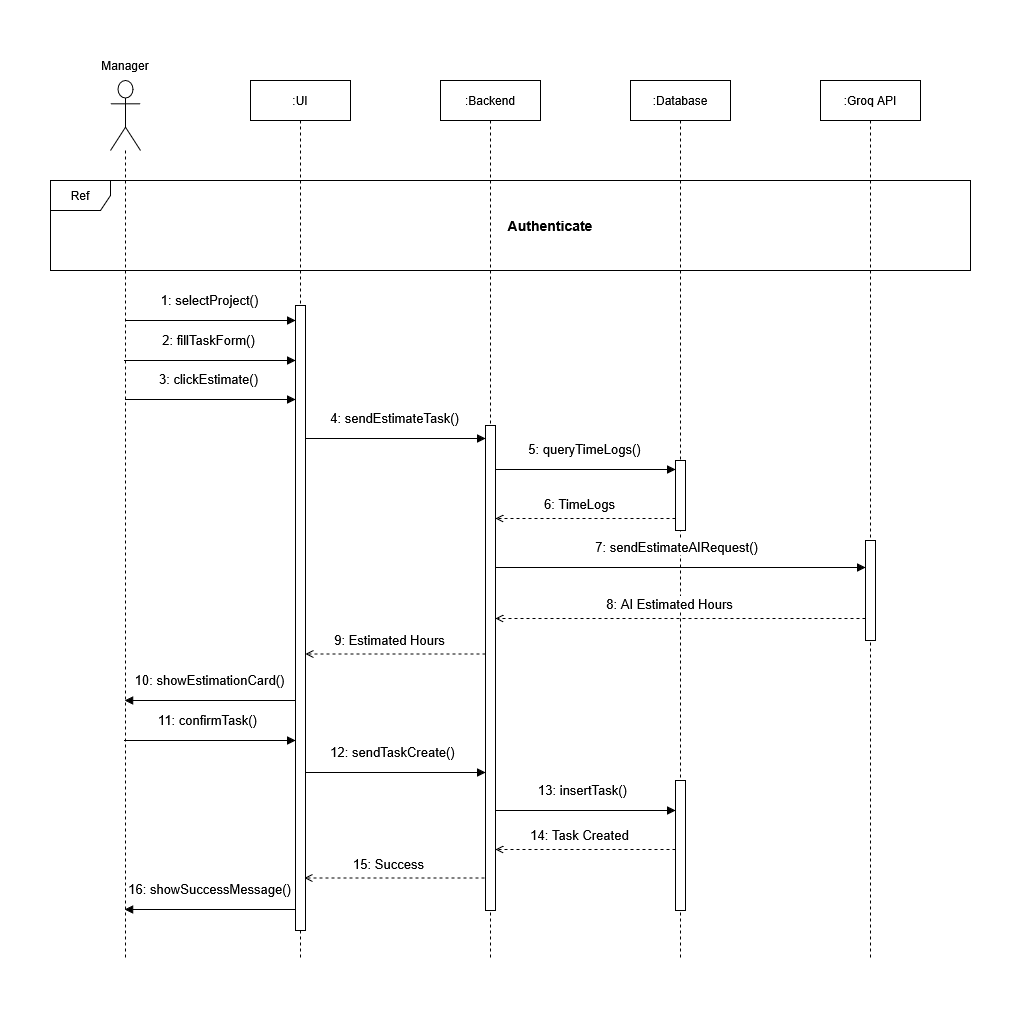
Above: docs/diagrams/SequenceTaskCreation.drawio.png in mahdi000666/DesignFlow (draw.io), before the change. Source tidied: cells renumbered, new cells last; positions are measured from the earlier drawing's top-left corner, leaving out a move shared by most shapes.
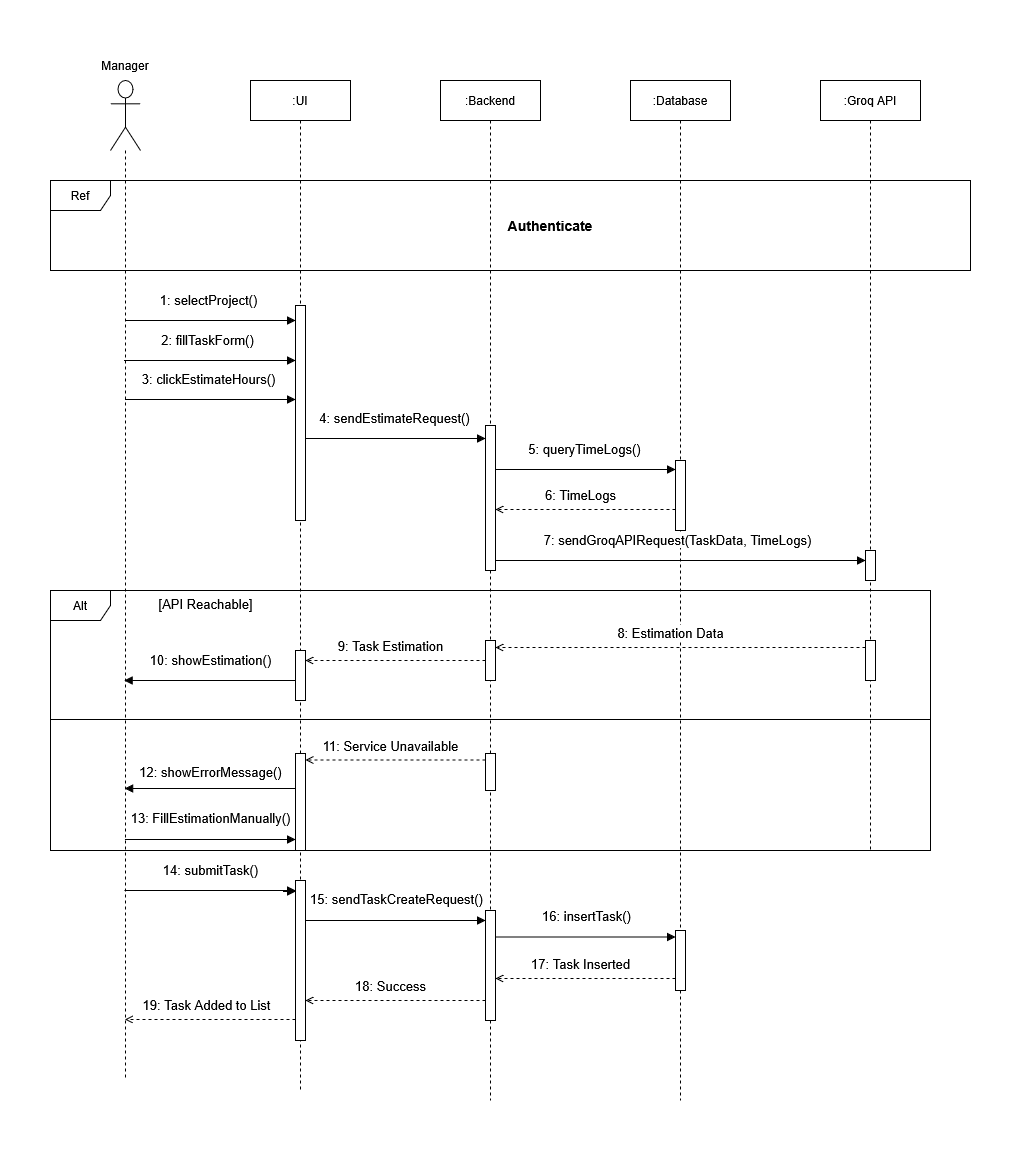
After the change.

Commit message:
Sequence updates, report changes.

The edit, as a diff of the source:
```diff
@@ -3,30 +3,36 @@
     <mxCell id="0" />
     <mxCell id="1" parent="0" />
     <mxCell id="2" style="shape=umlLifeline;perimeter=lifelinePerimeter;whiteSpace=wrap;html=1;outlineConnect=0;portConstraint=eastwest;newEdgeStyle={&quot;curved&quot;:0,&quot;rounded&quot;:0};participant=umlActor;size=70;" parent="1" vertex="1">
-      <mxGeometry x="60" y="30" width="30" height="880" as="geometry" />
+      <mxGeometry x="60" y="30" width="30" height="1000" as="geometry" />
     </mxCell>
     <mxCell id="3" value=":UI" style="shape=umlLifeline;perimeter=lifelinePerimeter;whiteSpace=wrap;html=1;newEdgeStyle={&quot;curved&quot;:0,&quot;rounded&quot;:0};" parent="1" vertex="1">
-      <mxGeometry x="200" y="30" width="100" height="880" as="geometry" />
+      <mxGeometry x="200" y="30" width="100" height="1010" as="geometry" />
     </mxCell>
     <mxCell id="4" style="html=1;points=[[0,0,0,0,5],[0,1,0,0,-5],[1,0,0,0,5],[1,1,0,0,-5]];perimeter=orthogonalPerimeter;outlineConnect=0;targetShapes=umlLifeline;portConstraint=eastwest;newEdgeStyle={&quot;curved&quot;:0,&quot;rounded&quot;:0};" parent="3" vertex="1">
-      <mxGeometry x="45" y="225" width="10" height="625" as="geometry" />
+      <mxGeometry x="45" y="225" width="10" height="215" as="geometry" />
     </mxCell>
+    <mxCell id="31" style="html=1;points=[[0,0,0,0,5],[0,1,0,0,-5],[1,0,0,0,5],[1,1,0,0,-5]];perimeter=orthogonalPerimeter;outlineConnect=0;targetShapes=umlLifeline;portConstraint=eastwest;newEdgeStyle={&quot;curved&quot;:0,&quot;rounded&quot;:0};" parent="3" vertex="1">
+      <mxGeometry x="45" y="570" width="10" height="50" as="geometry" />
+    </mxCell>
     <mxCell id="5" value="&lt;div&gt;:Backend&lt;/div&gt;" style="shape=umlLifeline;perimeter=lifelinePerimeter;whiteSpace=wrap;html=1;newEdgeStyle={&quot;curved&quot;:0,&quot;rounded&quot;:0};" parent="1" vertex="1">
-      <mxGeometry x="390" y="30" width="100" height="880" as="geometry" />
+      <mxGeometry x="390" y="30" width="100" height="1020" as="geometry" />
     </mxCell>
     <mxCell id="6" style="html=1;points=[[0,0,0,0,5],[0,1,0,0,-5],[1,0,0,0,5],[1,1,0,0,-5]];perimeter=orthogonalPerimeter;outlineConnect=0;targetShapes=umlLifeline;portConstraint=eastwest;newEdgeStyle={&quot;curved&quot;:0,&quot;rounded&quot;:0};" parent="5" vertex="1">
-      <mxGeometry x="45" y="345" width="10" height="485" as="geometry" />
+      <mxGeometry x="45" y="345" width="10" height="145" as="geometry" />
     </mxCell>
+    <mxCell id="32" style="html=1;perimeter=orthogonalPerimeter;targetShapes=umlLifeline;newEdgeStyle={&quot;curved&quot;:0,&quot;rounded&quot;:0};" parent="5" vertex="1">
+      <mxGeometry x="45" y="830" width="10" height="110" as="geometry" />
+    </mxCell>
     <mxCell id="7" value="&lt;div&gt;:Database&lt;/div&gt;" style="shape=umlLifeline;perimeter=lifelinePerimeter;whiteSpace=wrap;html=1;newEdgeStyle={&quot;curved&quot;:0,&quot;rounded&quot;:0};" parent="1" vertex="1">
-      <mxGeometry x="580" y="30" width="100" height="880" as="geometry" />
+      <mxGeometry x="580" y="30" width="100" height="1020" as="geometry" />
     </mxCell>
     <mxCell id="8" style="html=1;points=[[0,0,0,0,5],[0,1,0,0,-5],[1,0,0,0,5],[1,1,0,0,-5]];perimeter=orthogonalPerimeter;outlineConnect=0;targetShapes=umlLifeline;portConstraint=eastwest;newEdgeStyle={&quot;curved&quot;:0,&quot;rounded&quot;:0};" parent="7" vertex="1">
       <mxGeometry x="45" y="380" width="10" height="70" as="geometry" />
     </mxCell>
-    <mxCell id="9" style="html=1;points=[[0,0,0,0,5],[0,1,0,0,-5],[1,0,0,0,5],[1,1,0,0,-5]];perimeter=orthogonalPerimeter;outlineConnect=0;targetShapes=umlLifeline;portConstraint=eastwest;newEdgeStyle={&quot;curved&quot;:0,&quot;rounded&quot;:0};" parent="7" vertex="1">
-      <mxGeometry x="45" y="700" width="10" height="130" as="geometry" />
-    </mxCell>
+    <mxCell id="33" style="html=1;perimeter=orthogonalPerimeter;targetShapes=umlLifeline;newEdgeStyle={&quot;curved&quot;:0,&quot;rounded&quot;:0};" parent="7" vertex="1">
+      <mxGeometry x="45" y="850" width="10" height="60" as="geometry" />
+    </mxCell>
-    <mxCell id="10" value="4: sendEstimateTask()" style="html=1;verticalAlign=bottom;endArrow=block;strokeWidth=1;fontSize=13;" parent="1" edge="1">
+    <mxCell id="10" value="4: sendEstimateRequest()" style="html=1;verticalAlign=bottom;endArrow=block;strokeWidth=1;fontSize=13;" parent="1" edge="1">
       <mxGeometry x="-0.02" y="10" relative="1" as="geometry">
         <mxPoint x="255" y="388" as="sourcePoint" />
         <mxPoint x="435" y="388" as="targetPoint" />
@@ -62,7 +68,7 @@
         </Array>
       </mxGeometry>
     </mxCell>
-    <mxCell id="17" value="3: clickEstimate()" style="html=1;verticalAlign=bottom;endArrow=block;strokeWidth=1;fontSize=13;" parent="1" edge="1">
+    <mxCell id="17" value="3: clickEstimateHours()" style="html=1;verticalAlign=bottom;endArrow=block;strokeWidth=1;fontSize=13;" parent="1" edge="1">
       <mxGeometry x="-0.03" y="10" relative="1" as="geometry">
         <mxPoint x="74.7" y="349" as="sourcePoint" />
         <mxPoint x="245" y="349" as="targetPoint" />
@@ -72,89 +78,129 @@
       </mxGeometry>
     </mxCell>
     <mxCell id="18" value="&lt;div align=&quot;center&quot;&gt;:Groq API&lt;/div&gt;" style="shape=umlLifeline;perimeter=lifelinePerimeter;whiteSpace=wrap;html=1;newEdgeStyle={&quot;curved&quot;:0,&quot;rounded&quot;:0};align=center;" parent="1" vertex="1">
-      <mxGeometry x="770" y="30" width="100" height="880" as="geometry" />
+      <mxGeometry x="770" y="30" width="100" height="770" as="geometry" />
     </mxCell>
     <mxCell id="19" style="html=1;perimeter=orthogonalPerimeter;targetShapes=umlLifeline;newEdgeStyle={&quot;curved&quot;:0,&quot;rounded&quot;:0};" parent="18" vertex="1">
-      <mxGeometry x="45" y="460" width="10" height="100" as="geometry" />
+      <mxGeometry x="45" y="560" width="10" height="40" as="geometry" />
     </mxCell>
+    <mxCell id="34" style="html=1;points=[[0,0,0,0,5],[0,1,0,0,-5],[1,0,0,0,5],[1,1,0,0,-5]];perimeter=orthogonalPerimeter;outlineConnect=0;targetShapes=umlLifeline;portConstraint=eastwest;newEdgeStyle={&quot;curved&quot;:0,&quot;rounded&quot;:0};" parent="18" vertex="1">
+      <mxGeometry x="45" y="470" width="10" height="30" as="geometry" />
+    </mxCell>
-    <mxCell id="20" value="6: TimeLogs" style="html=1;verticalAlign=bottom;endArrow=open;strokeWidth=1;fontSize=13;dashed=1;endFill=0;" parent="1" edge="1" source="8">
+    <mxCell id="20" value="6: TimeLogs" style="html=1;verticalAlign=bottom;endArrow=open;strokeWidth=1;fontSize=13;dashed=1;endFill=0;" parent="1" edge="1">
       <mxGeometry x="0.06" y="-4" relative="1" as="geometry">
-        <mxPoint x="445" y="468" as="targetPoint" />
+        <mxPoint x="625" y="459" as="sourcePoint" />
+        <mxPoint x="445" y="459" as="targetPoint" />
       </mxGeometry>
     </mxCell>
-    <mxCell id="21" value="7: sendEstimateAIRequest()" style="html=1;verticalAlign=bottom;endArrow=block;strokeWidth=1;fontSize=13;" parent="1" edge="1">
-      <mxGeometry x="-0.02" y="10" relative="1" as="geometry">
-        <mxPoint x="445" y="517" as="sourcePoint" />
-        <mxPoint x="815" y="517" as="targetPoint" />
-        <Array as="points">
-          <mxPoint x="575" y="517" />
-        </Array>
-      </mxGeometry>
-    </mxCell>
-    <mxCell id="22" value="8: AI Estimated Hours" style="html=1;verticalAlign=bottom;endArrow=open;strokeWidth=1;fontSize=13;dashed=1;endFill=0;" parent="1" edge="1">
+    <mxCell id="22" value="8: Estimation Data" style="html=1;verticalAlign=bottom;endArrow=open;strokeWidth=1;fontSize=13;dashed=1;endFill=0;" parent="1" edge="1">
       <mxGeometry x="0.06" y="-4" relative="1" as="geometry">
-        <mxPoint x="815" y="568" as="sourcePoint" />
-        <mxPoint x="445" y="568" as="targetPoint" />
+        <mxPoint x="815" y="597" as="sourcePoint" />
+        <mxPoint x="445" y="597" as="targetPoint" />
       </mxGeometry>
     </mxCell>
-    <mxCell id="23" value="9: Estimated Hours" style="html=1;verticalAlign=bottom;endArrow=open;strokeWidth=1;fontSize=13;dashed=1;endFill=0;" parent="1" edge="1">
-      <mxGeometry x="0.06" y="-4" relative="1" as="geometry">
-        <mxPoint x="435" y="603.5" as="sourcePoint" />
-        <mxPoint x="255" y="603.5" as="targetPoint" />
-      </mxGeometry>
-    </mxCell>
-    <mxCell id="24" value="10: showEstimationCard()" style="html=1;verticalAlign=bottom;endArrow=block;strokeWidth=1;fontSize=13;" parent="1" edge="1" source="4" target="2">
-      <mxGeometry y="-10" relative="1" as="geometry">
-        <Array as="points">
-          <mxPoint x="160.7" y="650" />
-          <mxPoint x="100.7" y="650" />
-        </Array>
-      </mxGeometry>
-    </mxCell>
-    <mxCell id="25" value="11: confirmTask()" style="html=1;verticalAlign=bottom;endArrow=block;strokeWidth=1;fontSize=13;" parent="1" edge="1" source="2" target="4">
-      <mxGeometry x="-0.03" y="10" relative="1" as="geometry">
+    <mxCell id="25" value="14: submitTask()" style="html=1;verticalAlign=bottom;endArrow=block;strokeWidth=1;fontSize=13;" parent="1" edge="1" source="48">
+      <mxGeometry y="71" relative="1" as="geometry">
+        <mxPoint x="245" y="841" as="targetPoint" />
         <Array as="points">
-          <mxPoint x="230.3" y="690" />
+          <mxPoint x="230.3" y="841" />
         </Array>
+        <mxPoint x="-70" y="60" as="offset" />
       </mxGeometry>
     </mxCell>
-    <mxCell id="26" value="12: sendTaskCreate()" style="html=1;verticalAlign=bottom;endArrow=block;strokeWidth=1;fontSize=13;" parent="1" edge="1">
-      <mxGeometry x="-0.03" y="10" relative="1" as="geometry">
-        <mxPoint x="255" y="722" as="sourcePoint" />
-        <mxPoint x="435" y="722" as="targetPoint" />
-        <Array as="points">
-          <mxPoint x="400.3" y="722" />
-        </Array>
-      </mxGeometry>
-    </mxCell>
-    <mxCell id="27" value="13: insertTask()" style="html=1;verticalAlign=bottom;endArrow=block;strokeWidth=1;fontSize=13;" parent="1" edge="1" source="6" target="9">
-      <mxGeometry x="-0.03" y="10" relative="1" as="geometry">
-        <Array as="points">
-          <mxPoint x="570" y="760" />
-        </Array>
-      </mxGeometry>
-    </mxCell>
-    <mxCell id="28" value="14: Task Created" style="html=1;verticalAlign=bottom;endArrow=open;strokeWidth=1;fontSize=13;dashed=1;endFill=0;" parent="1" edge="1">
+    <mxCell id="28" value="17: Task Inserted" style="html=1;verticalAlign=bottom;endArrow=open;strokeWidth=1;fontSize=13;dashed=1;endFill=0;" parent="1" edge="1">
       <mxGeometry x="0.06" y="-4" relative="1" as="geometry">
-        <mxPoint x="625" y="799" as="sourcePoint" />
-        <mxPoint x="445" y="799" as="targetPoint" />
+        <mxPoint x="625" y="928" as="sourcePoint" />
+        <mxPoint x="445" y="928" as="targetPoint" />
       </mxGeometry>
     </mxCell>
-    <mxCell id="29" value="15: Success" style="html=1;verticalAlign=bottom;endArrow=open;strokeWidth=1;fontSize=13;dashed=1;endFill=0;" parent="1" edge="1">
+    <mxCell id="29" value="18: Success" style="html=1;verticalAlign=bottom;endArrow=open;strokeWidth=1;fontSize=13;dashed=1;endFill=0;" parent="1" edge="1">
       <mxGeometry x="0.06" y="-4" relative="1" as="geometry">
-        <mxPoint x="434" y="827.5" as="sourcePoint" />
-        <mxPoint x="254" y="827.5" as="targetPoint" />
+        <mxPoint x="435" y="950" as="sourcePoint" />
+        <mxPoint x="255" y="950" as="targetPoint" />
       </mxGeometry>
     </mxCell>
-    <mxCell id="30" value="16: showSuccessMessage()" style="html=1;verticalAlign=bottom;endArrow=block;strokeWidth=1;fontSize=13;" parent="1" edge="1">
-      <mxGeometry y="-10" relative="1" as="geometry">
-        <mxPoint x="245" y="859" as="sourcePoint" />
-        <mxPoint x="74.3" y="859" as="targetPoint" />
-        <Array as="points">
-          <mxPoint x="146.7" y="859" />
-          <mxPoint x="86.7" y="859" />
-        </Array>
-      </mxGeometry>
-    </mxCell>
+    <mxCell id="35" value="7: sendGroqAPIRequest(TaskData, TimeLogs)" style="html=1;verticalAlign=bottom;endArrow=block;strokeWidth=1;fontSize=13;" parent="1" edge="1" source="6" target="34">
+      <mxGeometry x="-0.02" y="10" relative="1" as="geometry">
+        <Array as="points">
+          <mxPoint x="730" y="510" />
+        </Array>
+      </mxGeometry>
+    </mxCell>
+    <mxCell id="36" value="Alt" style="shape=umlFrame;whiteSpace=wrap;html=1;" parent="1" vertex="1">
+      <mxGeometry y="540" width="880" height="260" as="geometry" />
+    </mxCell>
+    <mxCell id="37" value="[API Reachable]" style="text;html=1;whiteSpace=wrap;strokeColor=none;fillColor=none;align=center;verticalAlign=middle;rounded=0;fontSize=13;" parent="1" vertex="1">
+      <mxGeometry x="80" y="539" width="151" height="30" as="geometry" />
+    </mxCell>
+    <mxCell id="38" style="html=1;perimeter=orthogonalPerimeter;targetShapes=umlLifeline;newEdgeStyle={&quot;curved&quot;:0,&quot;rounded&quot;:0};" parent="1" vertex="1">
+      <mxGeometry x="435" y="590" width="10" height="40" as="geometry" />
+    </mxCell>
+    <mxCell id="39" value="9: Task Estimation" style="html=1;verticalAlign=bottom;endArrow=open;strokeWidth=1;fontSize=13;dashed=1;endFill=0;" parent="1" edge="1">
+      <mxGeometry x="0.06" y="-4" relative="1" as="geometry">
+        <mxPoint x="435" y="610" as="sourcePoint" />
+        <mxPoint x="255" y="610" as="targetPoint" />
+      </mxGeometry>
+    </mxCell>
+    <mxCell id="40" value="10: showEstimation()" style="html=1;verticalAlign=bottom;endArrow=block;strokeWidth=1;fontSize=13;" parent="1" edge="1" source="31" target="2">
+      <mxGeometry y="-10" relative="1" as="geometry">
+        <Array as="points">
+          <mxPoint x="190" y="630" />
+        </Array>
+      </mxGeometry>
+    </mxCell>
+    <mxCell id="41" style="line;strokeWidth=1;fillColor=none;align=left;verticalAlign=middle;spacingTop=-1;spacingLeft=3;spacingRight=3;labelPosition=right;strokeColor=inherit;" parent="1" vertex="1">
+      <mxGeometry y="665" width="880" height="8" as="geometry" />
+    </mxCell>
+    <mxCell id="42" style="html=1;perimeter=orthogonalPerimeter;targetShapes=umlLifeline;newEdgeStyle={&quot;curved&quot;:0,&quot;rounded&quot;:0};" parent="1" vertex="1">
+      <mxGeometry x="435" y="703" width="10" height="37" as="geometry" />
+    </mxCell>
+    <mxCell id="43" style="html=1;perimeter=orthogonalPerimeter;targetShapes=umlLifeline;newEdgeStyle={&quot;curved&quot;:0,&quot;rounded&quot;:0};" parent="1" vertex="1">
+      <mxGeometry x="245" y="703" width="10" height="97" as="geometry" />
+    </mxCell>
+    <mxCell id="44" value="11: Service Unavailable" style="html=1;verticalAlign=bottom;endArrow=open;strokeWidth=1;fontSize=13;dashed=1;endFill=0;" parent="1" edge="1">
+      <mxGeometry x="0.06" y="-4" relative="1" as="geometry">
+        <mxPoint x="435" y="709.5" as="sourcePoint" />
+        <mxPoint x="255" y="709.5" as="targetPoint" />
+      </mxGeometry>
+    </mxCell>
+    <mxCell id="45" value="12: showErrorMessage()" style="html=1;verticalAlign=bottom;endArrow=block;strokeWidth=1;fontSize=13;" parent="1" edge="1">
+      <mxGeometry y="-6" relative="1" as="geometry">
+        <mxPoint x="245" y="738" as="sourcePoint" />
+        <mxPoint x="74.3" y="738" as="targetPoint" />
+      </mxGeometry>
+    </mxCell>
+    <mxCell id="46" value="13: FillEstimationManually()" style="html=1;verticalAlign=bottom;endArrow=block;strokeWidth=1;fontSize=13;" parent="1" edge="1">
+      <mxGeometry y="11" relative="1" as="geometry">
+        <mxPoint x="74.4" y="789" as="sourcePoint" />
+        <mxPoint x="245" y="789" as="targetPoint" />
+      </mxGeometry>
+    </mxCell>
+    <mxCell id="47" style="html=1;verticalAlign=bottom;endArrow=block;strokeWidth=1;fontSize=13;" parent="1" edge="1">
+      <mxGeometry x="-0.03" y="10" relative="1" as="geometry">
+        <mxPoint x="74" y="840" as="sourcePoint" />
+        <mxPoint x="245" y="840" as="targetPoint" />
+      </mxGeometry>
+    </mxCell>
+    <mxCell id="48" style="html=1;points=[[0,0,0,0,5],[0,1,0,0,-5],[1,0,0,0,5],[1,1,0,0,-5]];perimeter=orthogonalPerimeter;outlineConnect=0;targetShapes=umlLifeline;portConstraint=eastwest;newEdgeStyle={&quot;curved&quot;:0,&quot;rounded&quot;:0};" parent="1" vertex="1">
+      <mxGeometry x="245" y="830" width="10" height="160" as="geometry" />
+    </mxCell>
+    <mxCell id="49" value="15: sendTaskCreateRequest()" style="html=1;verticalAlign=bottom;endArrow=block;strokeWidth=1;fontSize=13;" parent="1" edge="1">
+      <mxGeometry y="11" relative="1" as="geometry">
+        <mxPoint x="255" y="870" as="sourcePoint" />
+        <mxPoint x="435" y="870" as="targetPoint" />
+      </mxGeometry>
+    </mxCell>
+    <mxCell id="50" value="16: insertTask()" style="html=1;verticalAlign=bottom;endArrow=block;strokeWidth=1;fontSize=13;" parent="1" edge="1">
+      <mxGeometry y="11" relative="1" as="geometry">
+        <mxPoint x="445" y="886.5" as="sourcePoint" />
+        <mxPoint x="625" y="886.5" as="targetPoint" />
+      </mxGeometry>
+    </mxCell>
+    <mxCell id="51" value="19: Task Added to List" style="html=1;verticalAlign=bottom;endArrow=open;strokeWidth=1;fontSize=13;dashed=1;endFill=0;" parent="1" edge="1">
+      <mxGeometry x="0.06" y="-4" relative="1" as="geometry">
+        <mxPoint x="245" y="969" as="sourcePoint" />
+        <mxPoint x="74.5" y="969" as="targetPoint" />
+      </mxGeometry>
+    </mxCell>
   </root>
 </mxGraphModel>
```
